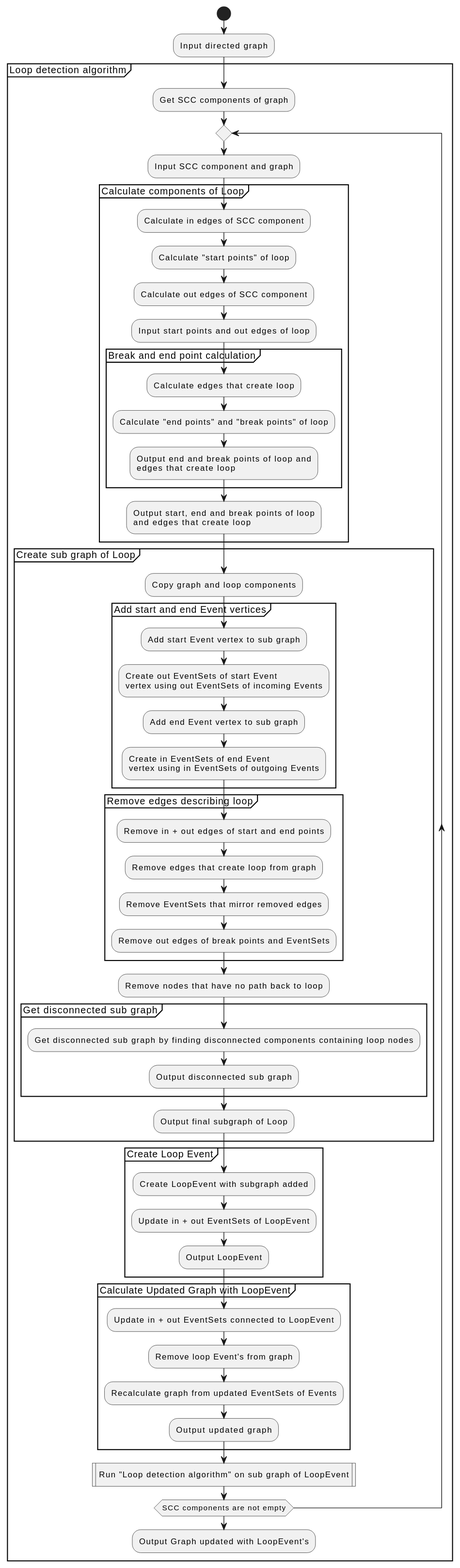
The PlantUML diagram docs/development/design/1-DN-SCC_loop_detection/Algorithm_Overview.svg in xtuml/otel2puml, before a commit.
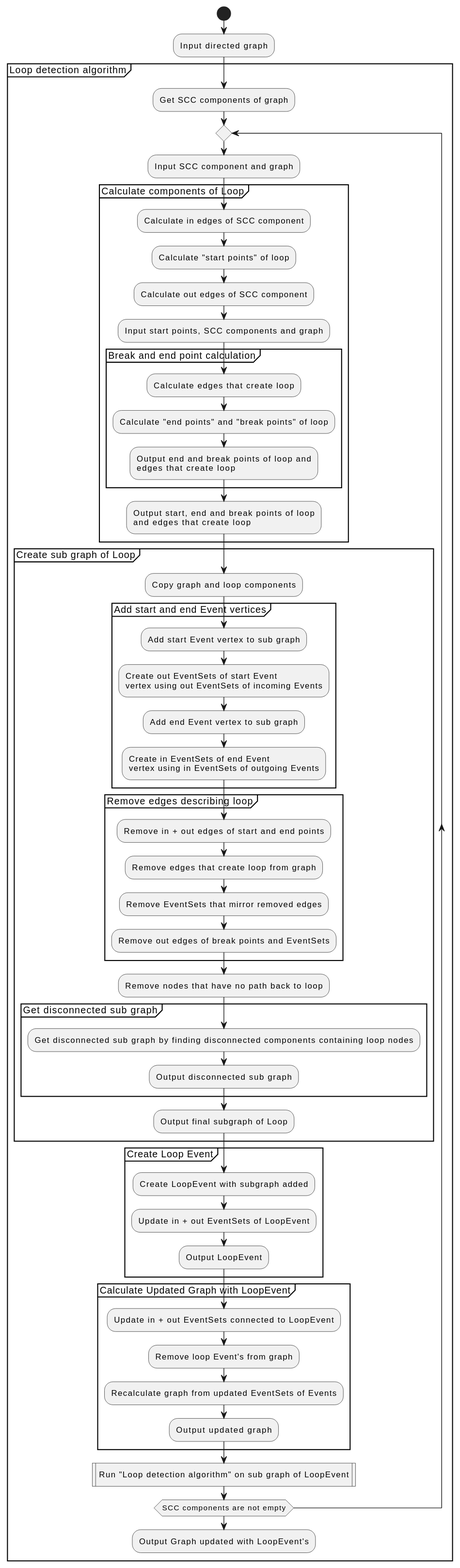
After the commit.

Commit message:
Cdstp 60 function to calculate components of a loop (#66)

Diff of the diagram source:
```diff
@@ -10,7 +10,7 @@
                 :Calculate in edges of SCC component;
                 :Calculate "start points" of loop;
                 :Calculate out edges of SCC component;
-                :Input start points and out edges of loop;
+                :Input start points, SCC components and graph;
                 partition "Break and end point calculation" {
                     :Calculate edges that create loop;
                     :Calculate "end points" and "break points" of loop;
```
